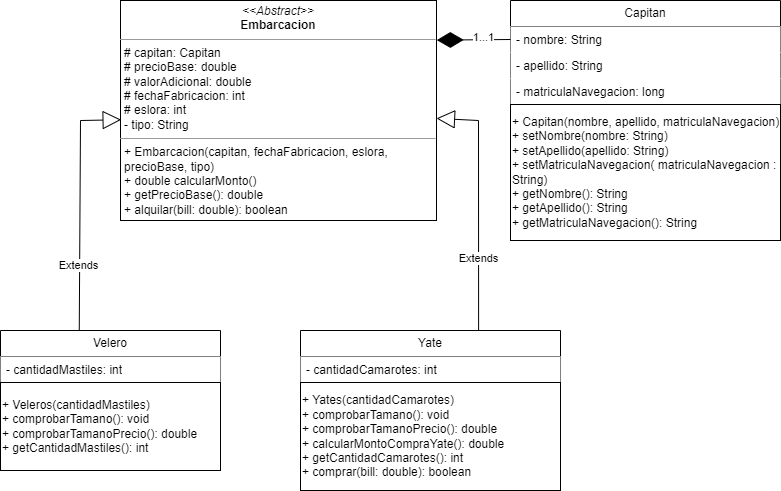
The draw.io diagram src-Ejercicio1/Embarcación.drawio.png in Sof-Saos/Workshop-Poo, before a commit. Source tidied: cells renumbered, new cells last; positions are measured from the earlier drawing's top-left corner, leaving out a move shared by most shapes.
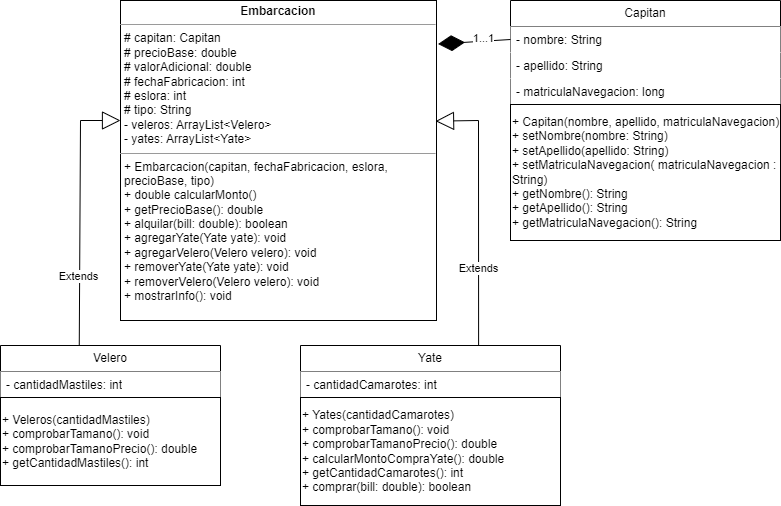
Later version of the same file.

Change to the diagram source:
```diff
@@ -17,11 +17,11 @@
     <mxCell id="6" value="&lt;br&gt;&lt;br&gt;+ Capitan(nombre, apellido,&amp;nbsp;matriculaNavegacion)&lt;br&gt;+ setNombre(nombre: String)&lt;br&gt;+ setApellido(apellido: String)&lt;br&gt;+&amp;nbsp;setMatriculaNavegacion( matriculaNavegacion : String)&lt;br&gt;+ getNombre(): String&lt;br&gt;+ getApellido(): String&lt;br&gt;+ getMatriculaNavegacion(): String&lt;br&gt;&lt;br&gt;&amp;nbsp;" style="html=1;whiteSpace=wrap;align=left;fillColor=#FFFFFF;" parent="2" vertex="1">
       <mxGeometry y="104" width="270" height="136" as="geometry" />
     </mxCell>
-    <mxCell id="7" value="&lt;p style=&quot;margin:0px;margin-top:4px;text-align:center;&quot;&gt;&lt;i&gt;&amp;lt;&amp;lt;Abstract&amp;gt;&amp;gt;&lt;/i&gt;&lt;br&gt;&lt;b&gt;Embarcacion&lt;/b&gt;&lt;/p&gt;&lt;hr size=&quot;1&quot;&gt;&lt;p style=&quot;margin:0px;margin-left:4px;&quot;&gt;# capitan: Capitan&lt;br&gt;# precioBase: double&lt;/p&gt;&lt;p style=&quot;margin:0px;margin-left:4px;&quot;&gt;# valorAdicional: double&lt;/p&gt;&lt;p style=&quot;margin:0px;margin-left:4px;&quot;&gt;# fechaFabricacion: int&lt;/p&gt;&lt;p style=&quot;margin:0px;margin-left:4px;&quot;&gt;# eslora: int&lt;/p&gt;&lt;p style=&quot;margin:0px;margin-left:4px;&quot;&gt;- tipo: String&lt;/p&gt;&lt;hr size=&quot;1&quot;&gt;&lt;p style=&quot;margin:0px;margin-left:4px;&quot;&gt;+ Embarcacion(capitan, fechaFabricacion, eslora, precioBase, tipo)&lt;/p&gt;&lt;p style=&quot;margin:0px;margin-left:4px;&quot;&gt;+ double calcularMonto()&lt;/p&gt;&lt;p style=&quot;margin:0px;margin-left:4px;&quot;&gt;+ getPrecioBase(): double&lt;/p&gt;&lt;p style=&quot;margin:0px;margin-left:4px;&quot;&gt;+ alquilar(bill: double): boolean&lt;/p&gt;&lt;p style=&quot;margin:0px;margin-left:4px;&quot;&gt;&lt;br&gt;&lt;/p&gt;" style="verticalAlign=top;align=left;overflow=fill;fontSize=12;fontFamily=Helvetica;html=1;whiteSpace=wrap;fillColor=#FFFFFF;" parent="1" vertex="1">
-      <mxGeometry x="120" width="316" height="220" as="geometry" />
+    <mxCell id="7" value="&lt;p style=&quot;margin:0px;margin-top:4px;text-align:center;&quot;&gt;&lt;b&gt;Embarcacion&lt;/b&gt;&lt;/p&gt;&lt;hr size=&quot;1&quot;&gt;&lt;p style=&quot;margin:0px;margin-left:4px;&quot;&gt;# capitan: Capitan&lt;br&gt;# precioBase: double&lt;/p&gt;&lt;p style=&quot;margin:0px;margin-left:4px;&quot;&gt;# valorAdicional: double&lt;/p&gt;&lt;p style=&quot;margin:0px;margin-left:4px;&quot;&gt;# fechaFabricacion: int&lt;/p&gt;&lt;p style=&quot;margin:0px;margin-left:4px;&quot;&gt;# eslora: int&lt;/p&gt;&lt;p style=&quot;margin:0px;margin-left:4px;&quot;&gt;# tipo: String&lt;/p&gt;&lt;p style=&quot;margin:0px;margin-left:4px;&quot;&gt;- veleros: ArrayList&amp;lt;Velero&amp;gt;&lt;/p&gt;&lt;p style=&quot;margin:0px;margin-left:4px;&quot;&gt;- yates: ArrayList&amp;lt;Yate&amp;gt;&lt;/p&gt;&lt;hr size=&quot;1&quot;&gt;&lt;p style=&quot;margin:0px;margin-left:4px;&quot;&gt;+ Embarcacion(capitan, fechaFabricacion, eslora, precioBase, tipo)&lt;/p&gt;&lt;p style=&quot;margin:0px;margin-left:4px;&quot;&gt;+ double calcularMonto()&lt;/p&gt;&lt;p style=&quot;margin:0px;margin-left:4px;&quot;&gt;+ getPrecioBase(): double&lt;/p&gt;&lt;p style=&quot;margin:0px;margin-left:4px;&quot;&gt;+ alquilar(bill: double): boolean&lt;/p&gt;&lt;p style=&quot;margin:0px;margin-left:4px;&quot;&gt;+ agregarYate(Yate yate): void&lt;/p&gt;&lt;p style=&quot;margin:0px;margin-left:4px;&quot;&gt;+ agregarVelero(Velero velero): void&lt;/p&gt;&lt;p style=&quot;border-color: var(--border-color); margin: 0px 0px 0px 4px;&quot;&gt;+ removerYate(Yate yate): void&lt;/p&gt;&lt;p style=&quot;border-color: var(--border-color); margin: 0px 0px 0px 4px;&quot;&gt;+ removerVelero(Velero velero): void&lt;/p&gt;&lt;p style=&quot;margin:0px;margin-left:4px;&quot;&gt;+ mostrarInfo(): void&lt;/p&gt;" style="verticalAlign=top;align=left;overflow=fill;fontSize=12;fontFamily=Helvetica;html=1;whiteSpace=wrap;fillColor=#FFFFFF;" parent="1" vertex="1">
+      <mxGeometry x="120" width="316" height="320" as="geometry" />
     </mxCell>
     <mxCell id="8" value="Velero" style="swimlane;fontStyle=0;horizontal=1;startSize=26;fillColor=#FFFFFF;whiteSpace=wrap;html=1;" parent="1" vertex="1">
-      <mxGeometry y="330" width="220" height="140" as="geometry" />
+      <mxGeometry y="345" width="220" height="140" as="geometry" />
     </mxCell>
     <mxCell id="9" value="- cantidadMastiles: int" style="text;strokeColor=none;fillColor=#FFFFFF;align=left;verticalAlign=top;spacingLeft=4;spacingRight=4;overflow=hidden;whiteSpace=wrap;html=1;" parent="8" vertex="1">
       <mxGeometry y="26" width="220" height="26" as="geometry" />
@@ -30,7 +30,7 @@
       <mxGeometry y="52" width="220" height="88" as="geometry" />
     </mxCell>
     <mxCell id="11" value="Yate" style="swimlane;fontStyle=0;horizontal=1;startSize=26;fillColor=#FFFFFF;whiteSpace=wrap;html=1;" parent="1" vertex="1">
-      <mxGeometry x="300" y="330" width="260" height="160" as="geometry" />
+      <mxGeometry x="300" y="345" width="260" height="160" as="geometry" />
     </mxCell>
     <mxCell id="12" value="- cantidadCamarotes: int" style="text;strokeColor=none;fillColor=#FFFFFF;align=left;verticalAlign=top;spacingLeft=4;spacingRight=4;overflow=hidden;whiteSpace=wrap;html=1;" parent="11" vertex="1">
       <mxGeometry y="26" width="260" height="26" as="geometry" />
@@ -38,21 +38,22 @@
     <mxCell id="13" value="+ Yates(cantidadCamarotes)&lt;br&gt;+ comprobarTamano(): void&lt;br style=&quot;border-color: var(--border-color);&quot;&gt;+ comprobarTamanoPrecio(): double&lt;br&gt;+ calcularMontoCompraYate(): double&lt;br&gt;+ getCantidadCamarotes(): int&lt;br&gt;+ comprar(bill: double): boolean" style="html=1;whiteSpace=wrap;align=left;fillColor=#FFFFFF;" parent="11" vertex="1">
       <mxGeometry y="52" width="260" height="108" as="geometry" />
     </mxCell>
-    <mxCell id="14" value="Extends" style="endArrow=block;endSize=16;endFill=0;html=1;rounded=0;entryX=0.002;entryY=0.542;entryDx=0;entryDy=0;exitX=0.358;exitY=0;exitDx=0;exitDy=0;exitPerimeter=0;entryPerimeter=0;fillColor=#FFFFFF;" parent="1" edge="1" source="8" target="7">
+    <mxCell id="14" value="Extends" style="endArrow=block;endSize=16;endFill=0;html=1;rounded=0;exitX=0.358;exitY=0;exitDx=0;exitDy=0;exitPerimeter=0;fillColor=#FFFFFF;" parent="1" edge="1" source="8">
       <mxGeometry x="-0.48" y="1" relative="1" as="geometry">
+        <mxPoint x="120" y="120" as="targetPoint" />
         <Array as="points">
           <mxPoint x="80" y="120" />
         </Array>
       </mxGeometry>
     </mxCell>
-    <mxCell id="15" value="Extends" style="endArrow=block;endSize=16;endFill=0;html=1;rounded=0;exitX=0.685;exitY=-0.003;exitDx=0;exitDy=0;exitPerimeter=0;fillColor=#FFFFFF;" parent="1" edge="1" source="11" target="7">
+    <mxCell id="15" value="Extends" style="endArrow=block;endSize=16;endFill=0;html=1;rounded=0;exitX=0.685;exitY=-0.003;exitDx=0;exitDy=0;exitPerimeter=0;fillColor=#FFFFFF;entryX=0.997;entryY=0.377;entryDx=0;entryDy=0;entryPerimeter=0;" parent="1" edge="1" source="11" target="7">
       <mxGeometry x="-0.43" relative="1" as="geometry">
         <Array as="points">
           <mxPoint x="478" y="120" />
         </Array>
       </mxGeometry>
     </mxCell>
-    <mxCell id="16" style="endArrow=diamondThin;endFill=1;endSize=24;html=1;rounded=0;exitX=0;exitY=0.5;exitDx=0;exitDy=0;fillColor=#000000;entryX=1.001;entryY=0.18;entryDx=0;entryDy=0;entryPerimeter=0;" parent="1" edge="1" source="3" target="7">
+    <mxCell id="16" style="endArrow=diamondThin;endFill=1;endSize=24;html=1;rounded=0;exitX=0;exitY=0.5;exitDx=0;exitDy=0;fillColor=#000000;entryX=1.005;entryY=0.136;entryDx=0;entryDy=0;entryPerimeter=0;" parent="1" edge="1" source="3" target="7">
       <mxGeometry relative="1" as="geometry" />
     </mxCell>
     <mxCell id="17" value="1...1" style="edgeLabel;html=1;align=center;verticalAlign=middle;" parent="16" vertex="1">
```
